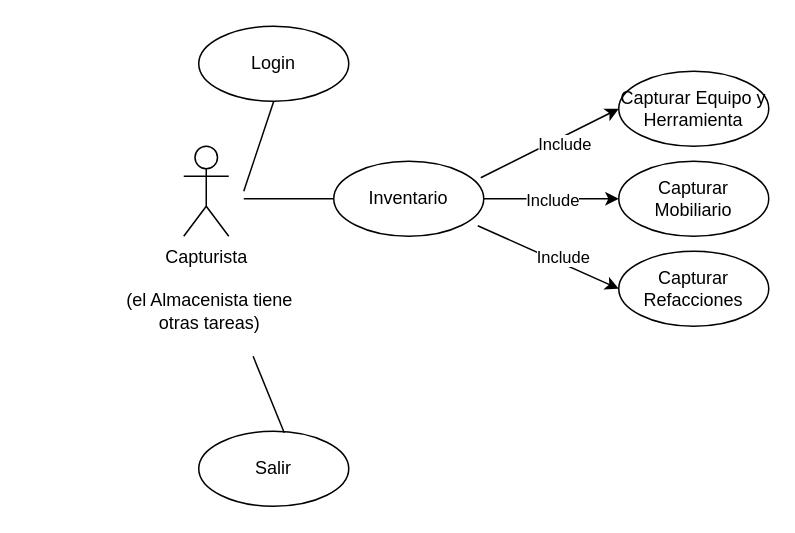
The draw.io diagram Casos-Uso/Inventario-Global-v1.drawio in RaulGutierrezCarmona/Diagrams, before the edit. Source tidied: cells renumbered, new cells numbered last; positions are measured from the earlier drawing's top-left corner, leaving out a move shared by most shapes. Both pictures are drawn from the tidied source at 150%, with x=0, y=0 at pixel (123, 26).
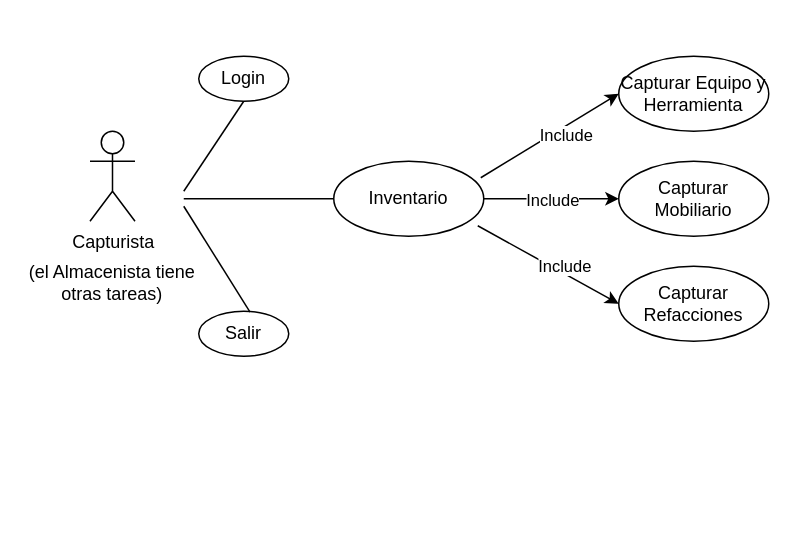
The same page after the edit.

Unchanged cells that the change refers to:
```xml
<mxCell id="6" value="Inventario" style="ellipse;whiteSpace=wrap;html=1;" parent="1" vertex="1">
  <mxGeometry x="140" y="90" width="100" height="50" as="geometry" />
</mxCell>
```

What changed in the source:
```diff
@@
     <mxCell id="2" value="Capturista" style="shape=umlActor;verticalLabelPosition=bottom;verticalAlign=top;html=1;" parent="1" vertex="1">
-      <mxGeometry x="40" y="80" width="30" height="60" as="geometry" />
+      <mxGeometry x="-22.5" y="70" width="30" height="60" as="geometry" />
     </mxCell>
     <mxCell id="3" style="endArrow=none;html=1;rounded=0;entryX=0.5;entryY=1;entryDx=0;entryDy=0;" parent="1" edge="1" target="4">
       <mxGeometry relative="1" as="geometry">
-        <mxPoint x="80" y="110" as="sourcePoint" />
+        <mxPoint x="40" y="110" as="sourcePoint" />
       </mxGeometry>
     </mxCell>
     <mxCell id="4" value="Login" style="ellipse;whiteSpace=wrap;html=1;" parent="1" vertex="1">
-      <mxGeometry x="50" width="100" height="50" as="geometry" />
+      <mxGeometry x="50" y="20" width="60" height="30" as="geometry" />
     </mxCell>
     <mxCell id="5" style="endArrow=none;html=1;rounded=0;entryX=0;entryY=0.5;entryDx=0;entryDy=0;" parent="1" edge="1" target="6">
       <mxGeometry relative="1" as="geometry">
-        <mxPoint x="80" y="115" as="sourcePoint" />
+        <mxPoint x="40" y="115" as="sourcePoint" />
       </mxGeometry>
     </mxCell>
@@
     <mxCell id="10" value="Capturar Equipo y Herramienta" style="ellipse;whiteSpace=wrap;html=1;" parent="1" vertex="1">
-      <mxGeometry x="330" y="30" width="100" height="50" as="geometry" />
+      <mxGeometry x="330" y="20" width="100" height="50" as="geometry" />
     </mxCell>
     <mxCell id="11" value="Capturar Refacciones" style="ellipse;whiteSpace=wrap;html=1;" parent="1" vertex="1">
-      <mxGeometry x="330" y="150" width="100" height="50" as="geometry" />
+      <mxGeometry x="330" y="160" width="100" height="50" as="geometry" />
     </mxCell>
     <mxCell id="12" value="(el Almacenista tiene otras tareas)" style="text;html=1;strokeColor=none;fillColor=none;align=center;verticalAlign=middle;whiteSpace=wrap;rounded=0;" parent="1" vertex="1">
-      <mxGeometry y="160" width="115" height="60" as="geometry" />
+      <mxGeometry x="-65" y="150" width="115" height="42" as="geometry" />
     </mxCell>
@@
     <mxCell id="17" value="Salir" style="ellipse;whiteSpace=wrap;html=1;" parent="1" vertex="1">
-      <mxGeometry x="50" y="270" width="100" height="50" as="geometry" />
+      <mxGeometry x="50" y="190" width="60" height="30" as="geometry" />
     </mxCell>
-    <mxCell id="18" style="endArrow=none;html=1;rounded=0;entryX=0.75;entryY=1;entryDx=0;entryDy=0;exitX=0.57;exitY=0.02;exitDx=0;exitDy=0;exitPerimeter=0;" parent="1" edge="1" source="17" target="12">
-      <mxGeometry relative="1" as="geometry" />
+    <mxCell id="18" style="endArrow=none;html=1;rounded=0;exitX=0.57;exitY=0.02;exitDx=0;exitDy=0;exitPerimeter=0;" parent="1" edge="1" source="17">
+      <mxGeometry relative="1" as="geometry">
+        <mxPoint x="40" y="120" as="targetPoint" />
+      </mxGeometry>
     </mxCell>
```
